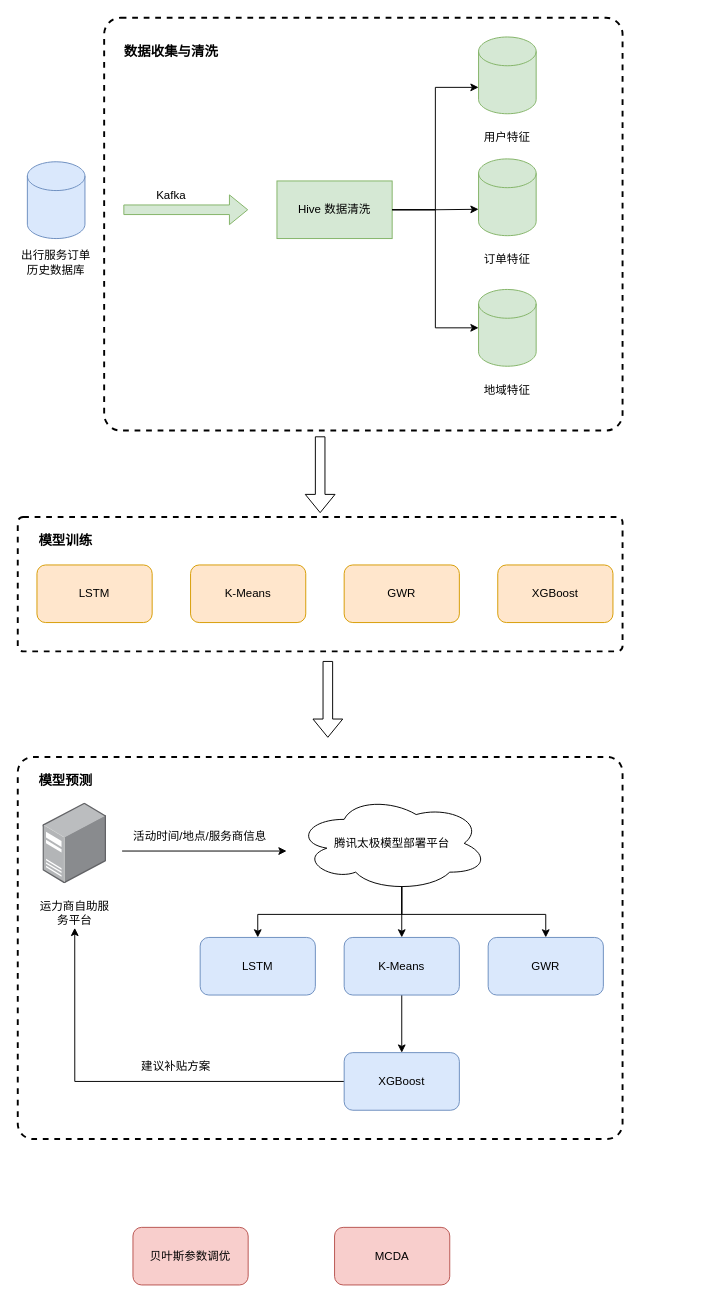
wangziji/graphics keeps this draw.io diagram as 专利taozi.drawio. Above is the earlier version. Source tidied: cells renumbered, new cells numbered last; positions are measured from the earlier drawing's top-left corner, leaving out a move shared by most shapes. Both pictures are drawn from the tidied source at 96%, with x=0, y=0 at pixel (17, 17).
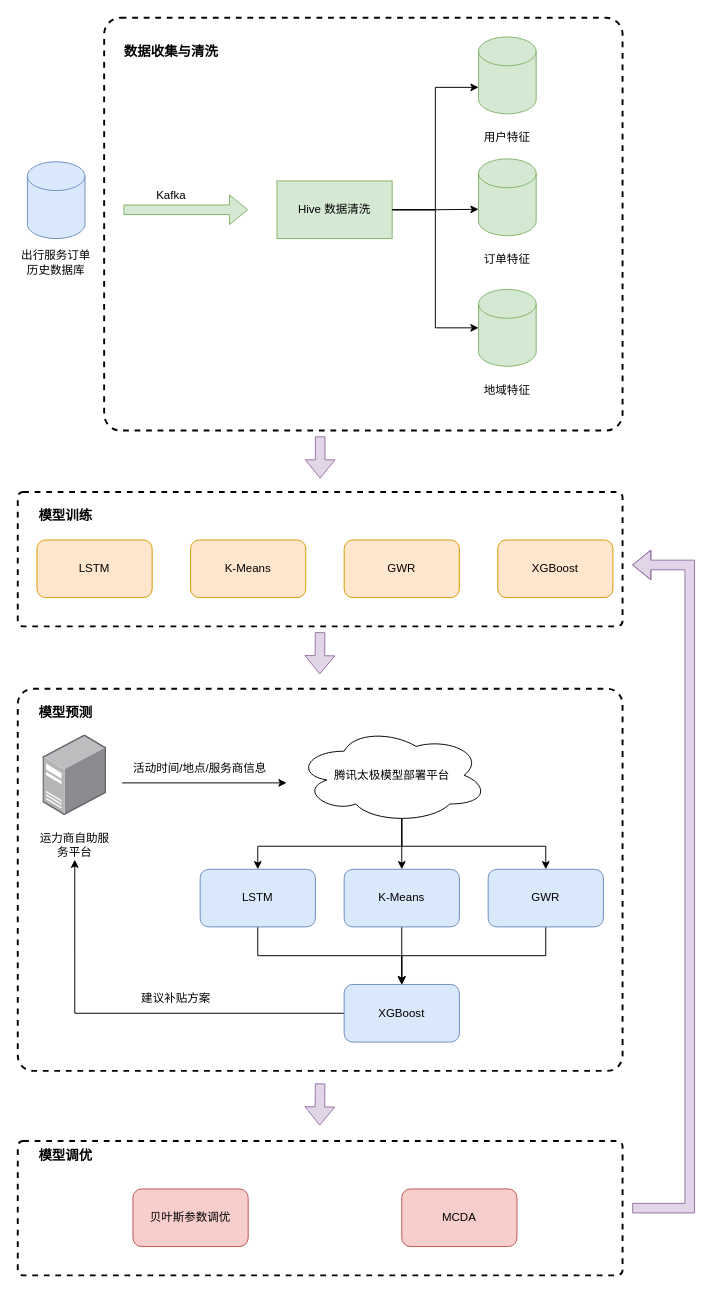
The same page after the edit.

Diff of the diagram source:
```diff
@@
+    <mxCell id="49" style="rounded=1;whiteSpace=wrap;html=1;fillColor=none;strokeWidth=2;dashed=1;arcSize=4;" parent="1" vertex="1">
+      <mxGeometry y="1170" width="630" height="140" as="geometry" />
+    </mxCell>
     <mxCell id="2" style="rounded=1;whiteSpace=wrap;html=1;fillColor=none;strokeWidth=2;dashed=1;arcSize=4;" parent="1" vertex="1">
-      <mxGeometry y="770" width="630" height="398" as="geometry" />
+      <mxGeometry y="699" width="630" height="398" as="geometry" />
     </mxCell>
     <mxCell id="3" style="rounded=1;whiteSpace=wrap;html=1;fillColor=none;strokeWidth=2;dashed=1;arcSize=4;" parent="1" vertex="1">
-      <mxGeometry y="520" width="630" height="140" as="geometry" />
+      <mxGeometry y="494" width="630" height="140" as="geometry" />
     </mxCell>
@@
     <mxCell id="24" value="LSTM" style="rounded=1;whiteSpace=wrap;html=1;fillColor=#ffe6cc;strokeColor=#d79b00;" parent="1" vertex="1">
-      <mxGeometry x="20" y="570" width="120" height="60" as="geometry" />
+      <mxGeometry x="20" y="544" width="120" height="60" as="geometry" />
     </mxCell>
     <mxCell id="25" value="K-Means" style="rounded=1;whiteSpace=wrap;html=1;fillColor=#ffe6cc;strokeColor=#d79b00;" parent="1" vertex="1">
-      <mxGeometry x="180" y="570" width="120" height="60" as="geometry" />
+      <mxGeometry x="180" y="544" width="120" height="60" as="geometry" />
     </mxCell>
     <mxCell id="26" value="GWR" style="rounded=1;whiteSpace=wrap;html=1;fillColor=#ffe6cc;strokeColor=#d79b00;" parent="1" vertex="1">
-      <mxGeometry x="340" y="570" width="120" height="60" as="geometry" />
+      <mxGeometry x="340" y="544" width="120" height="60" as="geometry" />
     </mxCell>
     <mxCell id="27" value="XGBoost" style="rounded=1;whiteSpace=wrap;html=1;fillColor=#ffe6cc;strokeColor=#d79b00;" parent="1" vertex="1">
-      <mxGeometry x="500" y="570" width="120" height="60" as="geometry" />
+      <mxGeometry x="500" y="544" width="120" height="60" as="geometry" />
     </mxCell>
     <mxCell id="28" value="&lt;span style=&quot;font-size: 14px;&quot;&gt;&lt;b&gt;模型训练&lt;/b&gt;&lt;/span&gt;" style="text;html=1;align=left;verticalAlign=middle;whiteSpace=wrap;rounded=0;" parent="1" vertex="1">
-      <mxGeometry x="20" y="530" width="100" height="30" as="geometry" />
+      <mxGeometry x="20" y="504" width="100" height="30" as="geometry" />
     </mxCell>
-    <mxCell id="29" style="shape=flexArrow;endArrow=classic;html=1;rounded=0;entryX=0.5;entryY=0;entryDx=0;entryDy=0;" parent="1" edge="1">
+    <mxCell id="29" style="shape=flexArrow;endArrow=classic;html=1;rounded=0;fillColor=#e1d5e7;strokeColor=#9673a6;" parent="1" edge="1">
       <mxGeometry relative="1" as="geometry">
         <mxPoint x="315" y="436" as="sourcePoint" />
-        <mxPoint x="315" y="516" as="targetPoint" />
+        <mxPoint x="315" y="480" as="targetPoint" />
       </mxGeometry>
     </mxCell>
     <mxCell id="30" style="image;html=1;align=center;shadow=0;dashed=0;image=img/lib/allied_telesis/computer_and_terminals/Server_Desktop.svg;" parent="1" vertex="1">
-      <mxGeometry x="26.2" y="818" width="66.3" height="84" as="geometry" />
+      <mxGeometry x="26.2" y="747" width="66.3" height="84" as="geometry" />
     </mxCell>
     <mxCell id="31" value="运力商自助服务平台" style="text;html=1;align=center;verticalAlign=middle;whiteSpace=wrap;rounded=0;" parent="1" vertex="1">
-      <mxGeometry x="20" y="918" width="78.7" height="30" as="geometry" />
+      <mxGeometry x="20" y="847" width="78.7" height="30" as="geometry" />
     </mxCell>
@@
     <mxCell id="35" value="腾讯太极模型部署平台" style="ellipse;shape=cloud;whiteSpace=wrap;html=1;" parent="1" vertex="1">
-      <mxGeometry x="290" y="810" width="200" height="100" as="geometry" />
+      <mxGeometry x="290" y="739" width="200" height="100" as="geometry" />
     </mxCell>
     <mxCell id="36" style="endArrow=classic;html=1;rounded=0;" parent="1" edge="1">
       <mxGeometry relative="1" as="geometry">
-        <mxPoint x="108.7" y="868" as="sourcePoint" />
-        <mxPoint x="280" y="868" as="targetPoint" />
+        <mxPoint x="108.7" y="797" as="sourcePoint" />
+        <mxPoint x="280" y="797" as="targetPoint" />
       </mxGeometry>
     </mxCell>
     <mxCell id="37" value="活动时间/地点/服务商信息" style="text;html=1;align=center;verticalAlign=middle;whiteSpace=wrap;rounded=0;" parent="1" vertex="1">
-      <mxGeometry x="110" y="838" width="160" height="30" as="geometry" />
+      <mxGeometry x="110" y="767" width="160" height="30" as="geometry" />
     </mxCell>
+    <mxCell id="50" style="edgeStyle=orthogonalEdgeStyle;rounded=0;jettySize=auto;html=1;exitX=0.5;exitY=1;exitDx=0;exitDy=0;entryX=0.5;entryY=0;entryDx=0;entryDy=0;" parent="1" edge="1" source="38" target="43">
+      <mxGeometry relative="1" as="geometry" />
+    </mxCell>
     <mxCell id="38" value="LSTM" style="rounded=1;whiteSpace=wrap;html=1;fillColor=#dae8fc;strokeColor=#6c8ebf;" parent="1" vertex="1">
-      <mxGeometry x="190" y="958" width="120" height="60" as="geometry" />
+      <mxGeometry x="190" y="887" width="120" height="60" as="geometry" />
     </mxCell>
@@
     <mxCell id="40" value="K-Means" style="rounded=1;whiteSpace=wrap;html=1;fillColor=#dae8fc;strokeColor=#6c8ebf;" parent="1" vertex="1">
-      <mxGeometry x="340" y="958" width="120" height="60" as="geometry" />
+      <mxGeometry x="340" y="887" width="120" height="60" as="geometry" />
     </mxCell>
+    <mxCell id="51" style="edgeStyle=orthogonalEdgeStyle;rounded=0;jettySize=auto;html=1;exitX=0.5;exitY=1;exitDx=0;exitDy=0;entryX=0.5;entryY=0;entryDx=0;entryDy=0;" parent="1" edge="1" source="41" target="43">
+      <mxGeometry relative="1" as="geometry" />
+    </mxCell>
     <mxCell id="41" value="GWR" style="rounded=1;whiteSpace=wrap;html=1;fillColor=#dae8fc;strokeColor=#6c8ebf;" parent="1" vertex="1">
-      <mxGeometry x="490" y="958" width="120" height="60" as="geometry" />
+      <mxGeometry x="490" y="887" width="120" height="60" as="geometry" />
     </mxCell>
@@
     <mxCell id="43" value="XGBoost" style="rounded=1;whiteSpace=wrap;html=1;fillColor=#dae8fc;strokeColor=#6c8ebf;" parent="1" vertex="1">
-      <mxGeometry x="340" y="1078" width="120" height="60" as="geometry" />
+      <mxGeometry x="340" y="1007" width="120" height="60" as="geometry" />
     </mxCell>
     <mxCell id="44" value="建议补贴方案" style="text;html=1;align=center;verticalAlign=middle;whiteSpace=wrap;rounded=0;" parent="1" vertex="1">
-      <mxGeometry x="110" y="1078" width="110" height="30" as="geometry" />
+      <mxGeometry x="110" y="1007" width="110" height="30" as="geometry" />
     </mxCell>
     <mxCell id="45" value="&lt;span style=&quot;font-size: 14px;&quot;&gt;&lt;b&gt;模型预测&lt;/b&gt;&lt;/span&gt;" style="text;html=1;align=left;verticalAlign=middle;whiteSpace=wrap;rounded=0;" parent="1" vertex="1">
-      <mxGeometry x="20" y="780" width="100" height="30" as="geometry" />
+      <mxGeometry x="20" y="709" width="100" height="30" as="geometry" />
     </mxCell>
-    <mxCell id="46" style="shape=flexArrow;endArrow=classic;html=1;rounded=0;entryX=0.5;entryY=0;entryDx=0;entryDy=0;edgeStyle=orthogonalEdgeStyle;" parent="1" edge="1">
-      <mxGeometry relative="1" as="geometry">
-        <mxPoint x="323" y="670" as="sourcePoint" />
-        <mxPoint x="323" y="750" as="targetPoint" />
-      </mxGeometry>
-    </mxCell>
     <mxCell id="47" value="贝叶斯参数调优" style="rounded=1;whiteSpace=wrap;html=1;fillColor=#f8cecc;strokeColor=#b85450;" parent="1" vertex="1">
-      <mxGeometry x="120" y="1260" width="120" height="60" as="geometry" />
+      <mxGeometry x="120" y="1220" width="120" height="60" as="geometry" />
     </mxCell>
     <mxCell id="48" value="MCDA" style="rounded=1;whiteSpace=wrap;html=1;fillColor=#f8cecc;strokeColor=#b85450;" parent="1" vertex="1">
-      <mxGeometry x="330" y="1260" width="120" height="60" as="geometry" />
+      <mxGeometry x="400" y="1220" width="120" height="60" as="geometry" />
     </mxCell>
+    <mxCell id="52" value="&lt;span style=&quot;font-size: 14px;&quot;&gt;&lt;b&gt;模型调优&lt;/b&gt;&lt;/span&gt;" style="text;html=1;align=left;verticalAlign=middle;whiteSpace=wrap;rounded=0;" parent="1" vertex="1">
+      <mxGeometry x="20" y="1170" width="100" height="30" as="geometry" />
+    </mxCell>
+    <mxCell id="53" style="shape=flexArrow;endArrow=classic;html=1;rounded=0;fillColor=#e1d5e7;strokeColor=#9673a6;" parent="1" edge="1">
+      <mxGeometry relative="1" as="geometry">
+        <mxPoint x="315" y="640" as="sourcePoint" />
+        <mxPoint x="314.5" y="684" as="targetPoint" />
+      </mxGeometry>
+    </mxCell>
+    <mxCell id="54" style="shape=flexArrow;endArrow=classic;html=1;rounded=0;fillColor=#e1d5e7;strokeColor=#9673a6;" parent="1" edge="1">
+      <mxGeometry relative="1" as="geometry">
+        <mxPoint x="315" y="1110" as="sourcePoint" />
+        <mxPoint x="314.5" y="1154" as="targetPoint" />
+      </mxGeometry>
+    </mxCell>
+    <mxCell id="55" style="shape=flexArrow;endArrow=classic;html=1;rounded=0;edgeStyle=orthogonalEdgeStyle;fillColor=#e1d5e7;strokeColor=#9673a6;" parent="1" edge="1">
+      <mxGeometry relative="1" as="geometry">
+        <mxPoint x="640" y="1240" as="sourcePoint" />
+        <mxPoint x="640" y="570" as="targetPoint" />
+        <Array as="points">
+          <mxPoint x="700" y="1240" />
+          <mxPoint x="700" y="570" />
+          <mxPoint x="632" y="570" />
+        </Array>
+      </mxGeometry>
+    </mxCell>
```
